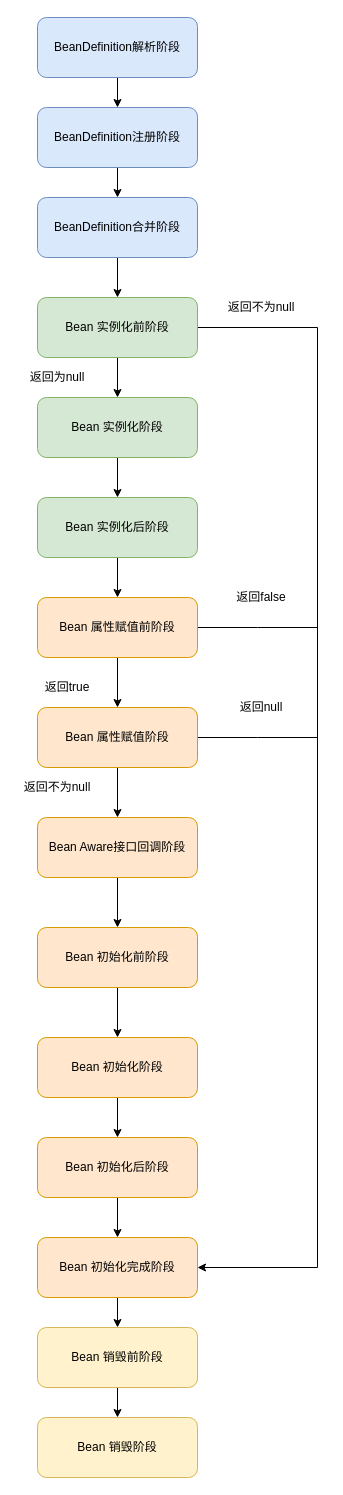
This is beanDefinition注册阶段.drawio from erlieStar/diagrams, a draw.io file, before an edit. Source tidied: cells renumbered, new cells numbered last; positions are measured from the earlier drawing's top-left corner, leaving out a move shared by most shapes. Both pictures are drawn from the tidied source at 100%, with x=0, y=0 at pixel (17, 17).
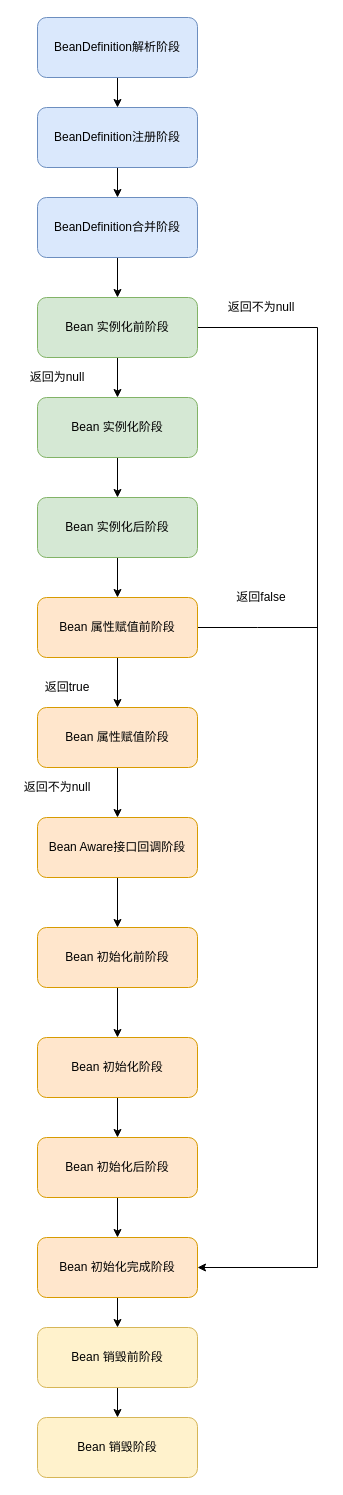
Above is the later version.

The change refers to these unchanged cells:
```xml
<mxCell id="18" value="Bean 属性赋值阶段" style="rounded=1;whiteSpace=wrap;html=1;fillColor=#ffe6cc;strokeColor=#d79b00;" parent="1" vertex="1">
  <mxGeometry x="20" y="690" width="160" height="60" as="geometry" />
</mxCell>
```

Change to the diagram source:
```diff
@@
-    <mxCell id="17" style="edgeStyle=orthogonalEdgeStyle;rounded=0;jettySize=auto;html=1;exitX=1;exitY=0.5;exitDx=0;exitDy=0;endArrow=none;endFill=0;" parent="1" edge="1" source="18">
-      <mxGeometry relative="1" as="geometry">
-        <mxPoint x="300" y="720" as="targetPoint" />
-      </mxGeometry>
-    </mxCell>
@@
-    <mxCell id="38" value="返回null" style="text;html=1;strokeColor=none;fillColor=none;align=center;verticalAlign=middle;whiteSpace=wrap;rounded=0;" parent="1" vertex="1">
-      <mxGeometry x="204" y="680" width="80" height="20" as="geometry" />
-    </mxCell>
```
